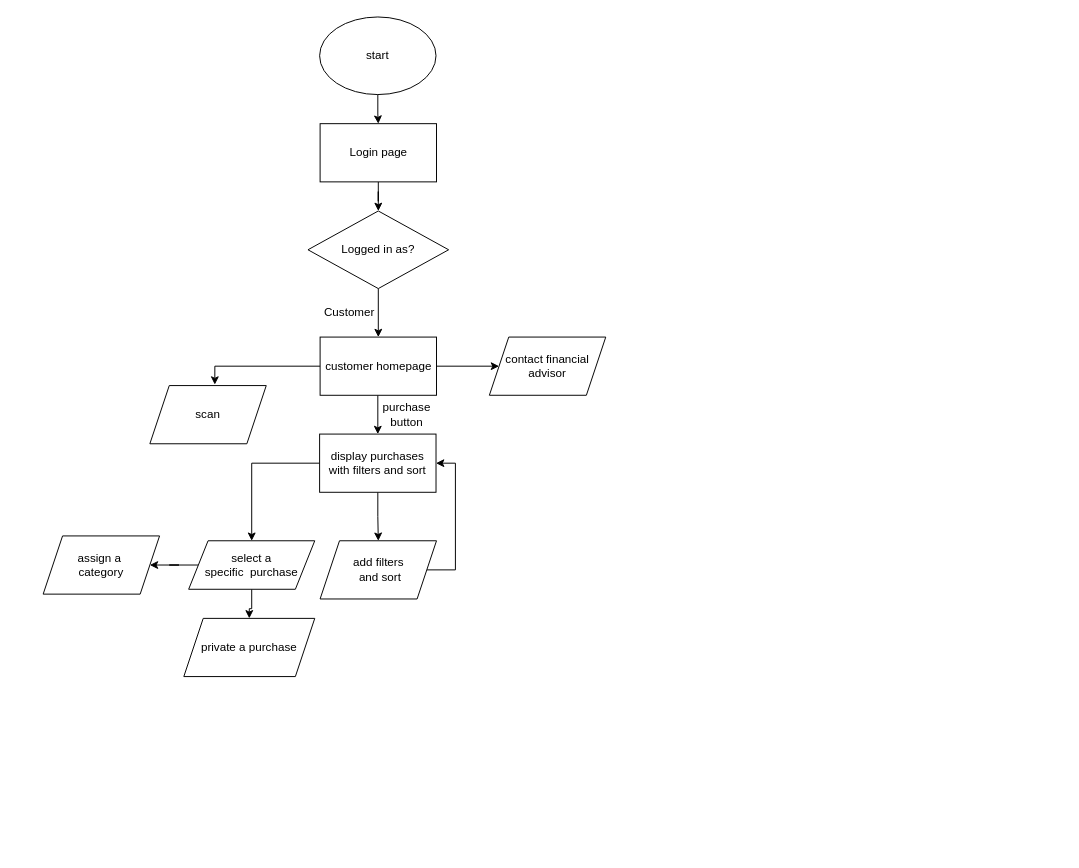
The draw.io diagram CIB_Logical_Flowchart.drawio in NeonPlatinum6251/Computing_in_business_prototype, before the edit. Source tidied: cells renumbered, new cells numbered last; positions are measured from the earlier drawing's top-left corner, leaving out a move shared by most shapes. Both pictures are drawn from the tidied source at 97%, with x=0, y=0 at pixel (43, 16).
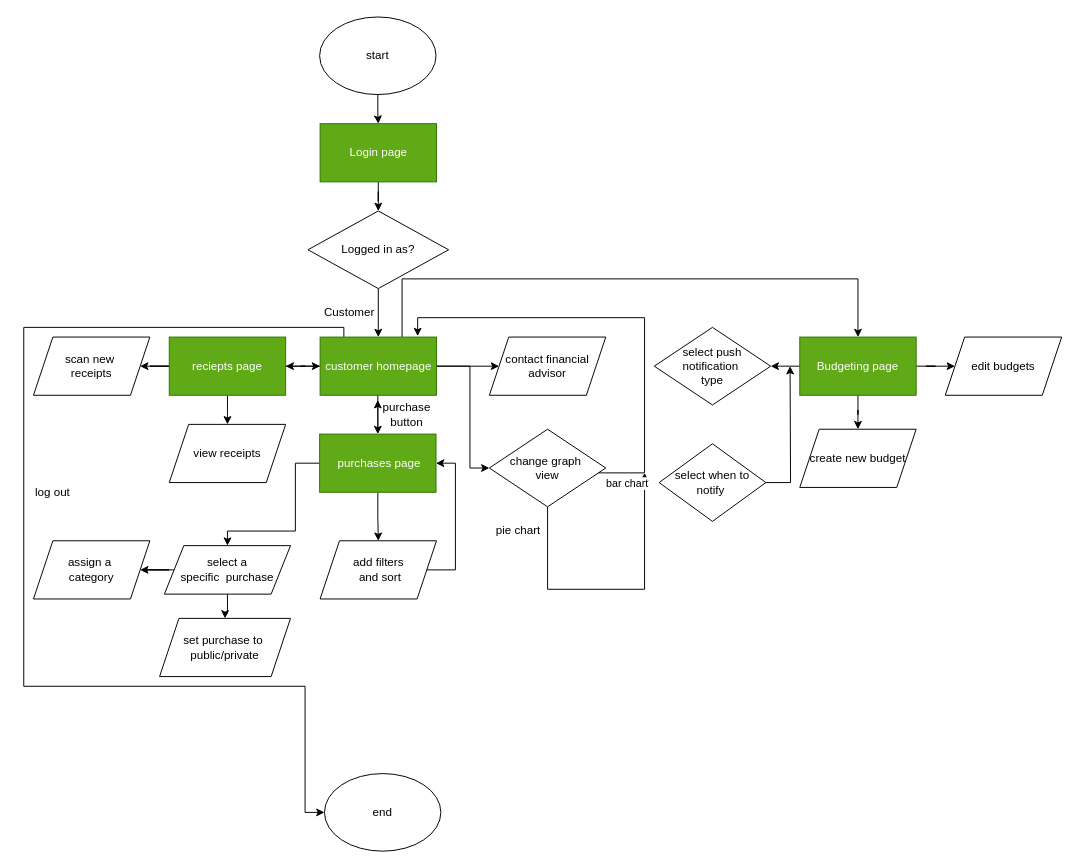
Above is the later version.

Commit message:
updated customer flowchart

The change refers to these unchanged cells:
```xml
<mxCell id="25" value="purchase button" style="text;html=1;whiteSpace=wrap;strokeColor=none;fillColor=none;align=center;verticalAlign=middle;rounded=0;" parent="1" vertex="1">
  <mxGeometry x="345" y="395" width="60" height="30" as="geometry" />
</mxCell>
```

What changed in the source:
```diff
@@
-    <mxCell id="7" value="Login page" style="rounded=0;whiteSpace=wrap;html=1;" parent="1" vertex="1">
+    <mxCell id="7" value="Login page" style="rounded=0;whiteSpace=wrap;html=1;fillColor=#60a917;fontColor=#ffffff;strokeColor=#2D7600;" parent="1" vertex="1">
       <mxGeometry x="285.5" y="110" width="120" height="60" as="geometry" />
     </mxCell>
@@
+    <mxCell id="26" style="edgeStyle=orthogonalEdgeStyle;rounded=0;jettySize=auto;html=1;" parent="1" edge="1" source="10" target="32">
+      <mxGeometry relative="1" as="geometry" />
+    </mxCell>
+    <mxCell id="27" style="edgeStyle=orthogonalEdgeStyle;rounded=0;jettySize=auto;html=1;entryX=0;entryY=0.5;entryDx=0;entryDy=0;" parent="1" edge="1" source="10" target="36">
+      <mxGeometry relative="1" as="geometry">
+        <Array as="points">
+          <mxPoint x="440" y="360" />
+          <mxPoint x="440" y="465" />
+        </Array>
+      </mxGeometry>
+    </mxCell>
+    <mxCell id="28" style="edgeStyle=orthogonalEdgeStyle;rounded=0;jettySize=auto;html=1;entryX=0;entryY=0.5;entryDx=0;entryDy=0;" parent="1" edge="1" source="10" target="42">
+      <mxGeometry relative="1" as="geometry">
+        <Array as="points">
+          <mxPoint x="310" y="320" />
+          <mxPoint x="-20" y="320" />
+          <mxPoint x="-20" y="690" />
+          <mxPoint x="270" y="690" />
+          <mxPoint x="270" y="820" />
+        </Array>
+      </mxGeometry>
+    </mxCell>
+    <mxCell id="29" style="edgeStyle=orthogonalEdgeStyle;rounded=0;jettySize=auto;html=1;entryX=0.5;entryY=0;entryDx=0;entryDy=0;" parent="1" edge="1" source="10" target="47">
+      <mxGeometry relative="1" as="geometry">
+        <Array as="points">
+          <mxPoint x="370" y="270" />
+          <mxPoint x="840" y="270" />
+        </Array>
+      </mxGeometry>
+    </mxCell>
-    <mxCell id="10" value="customer homepage" style="rounded=0;whiteSpace=wrap;html=1;" parent="1" vertex="1">
+    <mxCell id="10" value="customer homepage" style="rounded=0;whiteSpace=wrap;html=1;fillColor=#60a917;fontColor=#ffffff;strokeColor=#2D7600;" parent="1" vertex="1">
       <mxGeometry x="285.5" y="330" width="120" height="60" as="geometry" />
     </mxCell>
@@
     <mxCell id="13" style="edgeStyle=orthogonalEdgeStyle;rounded=0;jettySize=auto;html=1;entryX=0.5;entryY=0;entryDx=0;entryDy=0;" parent="1" edge="1" source="14" target="19">
-      <mxGeometry relative="1" as="geometry" />
+      <mxGeometry relative="1" as="geometry">
+        <Array as="points">
+          <mxPoint x="260" y="460" />
+          <mxPoint x="260" y="530" />
+          <mxPoint x="190" y="530" />
+        </Array>
+      </mxGeometry>
     </mxCell>
-    <mxCell id="14" value="display purchases with filters and sort" style="rounded=0;whiteSpace=wrap;html=1;" parent="1" vertex="1">
+    <mxCell id="14" value="&amp;nbsp;purchases page" style="rounded=0;whiteSpace=wrap;html=1;fillColor=#60a917;fontColor=#ffffff;strokeColor=#2D7600;" parent="1" vertex="1">
       <mxGeometry x="285" y="430" width="120" height="60" as="geometry" />
     </mxCell>
@@
     <mxCell id="19" value="&lt;div&gt;select a&lt;/div&gt;&lt;div&gt;specific&amp;nbsp; purchase&lt;/div&gt;" style="shape=parallelogram;perimeter=parallelogramPerimeter;whiteSpace=wrap;html=1;fixedSize=1;" parent="1" vertex="1">
-      <mxGeometry x="150" y="540" width="130" height="50" as="geometry" />
+      <mxGeometry x="125" y="545" width="130" height="50" as="geometry" />
     </mxCell>
-    <mxCell id="20" value="private a purchase" style="shape=parallelogram;perimeter=parallelogramPerimeter;whiteSpace=wrap;html=1;fixedSize=1;" parent="1" vertex="1">
-      <mxGeometry x="145" y="620" width="135" height="60" as="geometry" />
+    <mxCell id="20" value="&lt;div&gt;set purchase to&amp;nbsp;&lt;/div&gt;&lt;div&gt;public/private&lt;/div&gt;" style="shape=parallelogram;perimeter=parallelogramPerimeter;whiteSpace=wrap;html=1;fixedSize=1;" parent="1" vertex="1">
+      <mxGeometry x="120" y="620" width="135" height="60" as="geometry" />
     </mxCell>
     <mxCell id="21" value="&lt;div&gt;assign a&amp;nbsp;&lt;/div&gt;&lt;div&gt;category&lt;/div&gt;" style="shape=parallelogram;perimeter=parallelogramPerimeter;whiteSpace=wrap;html=1;fixedSize=1;" parent="1" vertex="1">
-      <mxGeometry y="535" width="120" height="60" as="geometry" />
+      <mxGeometry x="-10" y="540" width="120" height="60" as="geometry" />
     </mxCell>
-    <mxCell id="22" value="scan" style="shape=parallelogram;perimeter=parallelogramPerimeter;whiteSpace=wrap;html=1;fixedSize=1;" parent="1" vertex="1">
-      <mxGeometry x="110" y="380" width="120" height="60" as="geometry" />
-    </mxCell>
-    <mxCell id="23" style="edgeStyle=orthogonalEdgeStyle;rounded=0;jettySize=auto;html=1;entryX=0.558;entryY=-0.017;entryDx=0;entryDy=0;entryPerimeter=0;" parent="1" edge="1" source="10" target="22">
-      <mxGeometry relative="1" as="geometry" />
-    </mxCell>
@@
+    <mxCell id="30" style="edgeStyle=orthogonalEdgeStyle;rounded=0;jettySize=auto;html=1;entryX=1;entryY=0.5;entryDx=0;entryDy=0;" parent="1" edge="1" source="32" target="33">
+      <mxGeometry relative="1" as="geometry" />
+    </mxCell>
+    <mxCell id="31" style="edgeStyle=orthogonalEdgeStyle;rounded=0;jettySize=auto;html=1;" parent="1" edge="1" source="32">
+      <mxGeometry relative="1" as="geometry">
+        <mxPoint x="190" y="420" as="targetPoint" />
+      </mxGeometry>
+    </mxCell>
+    <mxCell id="32" value="reciepts page" style="rounded=0;whiteSpace=wrap;html=1;fillColor=#60a917;fontColor=#ffffff;strokeColor=#2D7600;" parent="1" vertex="1">
+      <mxGeometry x="130" y="330" width="120" height="60" as="geometry" />
+    </mxCell>
+    <mxCell id="33" value="&lt;div&gt;scan new&amp;nbsp;&lt;/div&gt;&lt;div&gt;receipts&lt;/div&gt;" style="shape=parallelogram;perimeter=parallelogramPerimeter;whiteSpace=wrap;html=1;fixedSize=1;" parent="1" vertex="1">
+      <mxGeometry x="-10" y="330" width="120" height="60" as="geometry" />
+    </mxCell>
+    <mxCell id="34" value="view receipts" style="shape=parallelogram;perimeter=parallelogramPerimeter;whiteSpace=wrap;html=1;fixedSize=1;" parent="1" vertex="1">
+      <mxGeometry x="130" y="420" width="120" height="60" as="geometry" />
+    </mxCell>
+    <mxCell id="35" style="edgeStyle=orthogonalEdgeStyle;rounded=0;jettySize=auto;html=1;" parent="1" edge="1" source="36">
+      <mxGeometry relative="1" as="geometry">
+        <mxPoint x="620" y="470" as="targetPoint" />
+        <Array as="points">
+          <mxPoint x="520" y="590" />
+          <mxPoint x="620" y="590" />
+        </Array>
+      </mxGeometry>
+    </mxCell>
+    <mxCell id="36" value="&lt;div&gt;change graph&amp;nbsp;&lt;/div&gt;&lt;div&gt;view&lt;/div&gt;" style="rhombus;whiteSpace=wrap;html=1;" parent="1" vertex="1">
+      <mxGeometry x="460" y="425" width="120" height="80" as="geometry" />
+    </mxCell>
+    <mxCell id="37" style="edgeStyle=orthogonalEdgeStyle;rounded=0;jettySize=auto;html=1;entryX=0.838;entryY=-0.017;entryDx=0;entryDy=0;entryPerimeter=0;" parent="1" edge="1" source="36" target="10">
+      <mxGeometry relative="1" as="geometry">
+        <Array as="points">
+          <mxPoint x="620" y="470" />
+          <mxPoint x="620" y="310" />
+          <mxPoint x="386" y="310" />
+        </Array>
+      </mxGeometry>
+    </mxCell>
+    <mxCell id="38" value="bar chart" style="edgeLabel;html=1;align=center;verticalAlign=middle;" parent="37" vertex="1">
+      <mxGeometry x="-0.92" y="-5" relative="1" as="geometry">
+        <mxPoint x="11" y="5" as="offset" />
+      </mxGeometry>
+    </mxCell>
+    <mxCell id="39" value="pie chart" style="text;html=1;whiteSpace=wrap;strokeColor=none;fillColor=none;align=center;verticalAlign=middle;rounded=0;" parent="1" vertex="1">
+      <mxGeometry x="460" y="515" width="60" height="30" as="geometry" />
+    </mxCell>
+    <mxCell id="40" style="endArrow=classic;html=1;rounded=0;exitX=1;exitY=0.5;exitDx=0;exitDy=0;entryX=0;entryY=0.5;entryDx=0;entryDy=0;" parent="1" edge="1" source="32" target="10">
+      <mxGeometry relative="1" as="geometry" />
+    </mxCell>
+    <mxCell id="41" style="endArrow=classic;html=1;rounded=0;exitX=0;exitY=1;exitDx=0;exitDy=0;entryX=0;entryY=0;entryDx=0;entryDy=0;" parent="1" edge="1" source="25" target="25">
+      <mxGeometry relative="1" as="geometry" />
+    </mxCell>
+    <mxCell id="42" value="end" style="ellipse;whiteSpace=wrap;html=1;" parent="1" vertex="1">
+      <mxGeometry x="290" y="780" width="120" height="80" as="geometry" />
+    </mxCell>
+    <mxCell id="43" value="log out" style="text;html=1;whiteSpace=wrap;strokeColor=none;fillColor=none;align=center;verticalAlign=middle;rounded=0;" parent="1" vertex="1">
+      <mxGeometry x="-20" y="475" width="60" height="30" as="geometry" />
+    </mxCell>
+    <mxCell id="44" style="edgeStyle=orthogonalEdgeStyle;rounded=0;jettySize=auto;html=1;entryX=0.5;entryY=0;entryDx=0;entryDy=0;" parent="1" edge="1" source="47" target="48">
+      <mxGeometry relative="1" as="geometry" />
+    </mxCell>
+    <mxCell id="45" style="edgeStyle=orthogonalEdgeStyle;rounded=0;jettySize=auto;html=1;entryX=0;entryY=0.5;entryDx=0;entryDy=0;" parent="1" edge="1" source="47" target="49">
+      <mxGeometry relative="1" as="geometry" />
+    </mxCell>
+    <mxCell id="46" style="edgeStyle=orthogonalEdgeStyle;rounded=0;jettySize=auto;html=1;entryX=1;entryY=0.5;entryDx=0;entryDy=0;" parent="1" edge="1" source="47">
+      <mxGeometry relative="1" as="geometry">
+        <mxPoint x="750" y="360" as="targetPoint" />
+      </mxGeometry>
+    </mxCell>
+    <mxCell id="47" value="Budgeting page" style="rounded=0;whiteSpace=wrap;html=1;fillColor=#60a917;fontColor=#ffffff;strokeColor=#2D7600;" parent="1" vertex="1">
+      <mxGeometry x="780" y="330" width="120" height="60" as="geometry" />
+    </mxCell>
+    <mxCell id="48" value="create new budget" style="shape=parallelogram;perimeter=parallelogramPerimeter;whiteSpace=wrap;html=1;fixedSize=1;" parent="1" vertex="1">
+      <mxGeometry x="780" y="425" width="120" height="60" as="geometry" />
+    </mxCell>
+    <mxCell id="49" value="edit budgets" style="shape=parallelogram;perimeter=parallelogramPerimeter;whiteSpace=wrap;html=1;fixedSize=1;" parent="1" vertex="1">
+      <mxGeometry x="930" y="330" width="120" height="60" as="geometry" />
+    </mxCell>
+    <mxCell id="50" value="&lt;div&gt;select push notification&amp;nbsp;&lt;/div&gt;&lt;div&gt;type&lt;/div&gt;" style="rhombus;whiteSpace=wrap;html=1;" parent="1" vertex="1">
+      <mxGeometry x="630" y="320" width="120" height="80" as="geometry" />
+    </mxCell>
+    <mxCell id="51" style="edgeStyle=orthogonalEdgeStyle;rounded=0;jettySize=auto;html=1;" parent="1" edge="1" source="52">
+      <mxGeometry relative="1" as="geometry">
+        <mxPoint x="770" y="360" as="targetPoint" />
+      </mxGeometry>
+    </mxCell>
+    <mxCell id="52" value="select when to notify&amp;nbsp;" style="rhombus;whiteSpace=wrap;html=1;" parent="1" vertex="1">
+      <mxGeometry x="635" y="440" width="110" height="80" as="geometry" />
+    </mxCell>
```
